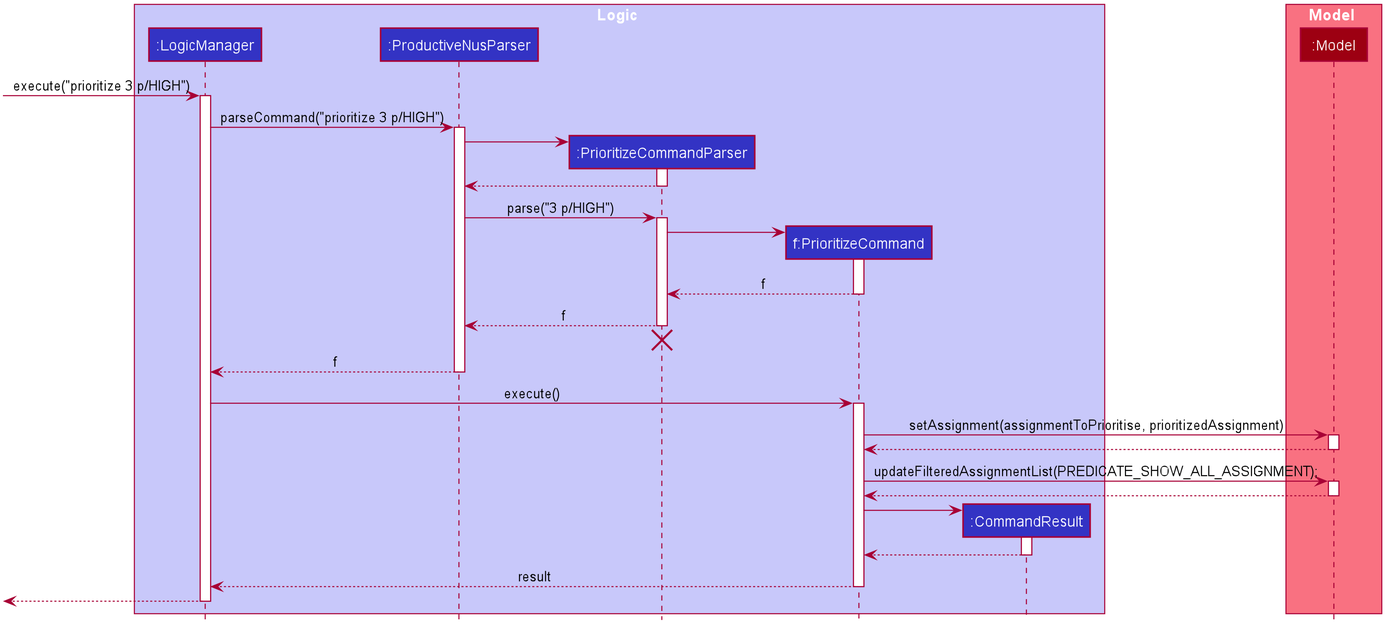
Above: docs/images/PrioritizeSequenceDiagram.png in nus-cs2103-AY2021S1/tp (PlantUML), before the change. The source it was exported from:
```plantuml
@startuml









skinparam BackgroundColor #FFFFFFF

skinparam Shadowing false

skinparam Class {
    FontColor #FFFFFF
    BorderThickness 1
    BorderColor #FFFFFF
    StereotypeFontColor #FFFFFF
    FontName Arial
}

skinparam Actor {
    BorderColor #000000
    Color #000000
    FontName Arial
}

skinparam Sequence {
    MessageAlign center
    BoxFontSize 15
    BoxPadding 0
    BoxFontColor #FFFFFF
    FontName Arial
}

skinparam Participant {
    FontColor #FFFFFFF
    Padding 20
}

skinparam MinClassWidth 50
skinparam ParticipantPadding 10
skinparam Shadowing false
skinparam DefaultTextAlignment center
skinparam packageStyle Rectangle

hide footbox
hide members
hide circle

box Logic #C8C8FA
participant ":LogicManager" as LogicManager #3333C4
participant ":ProductiveNusParser" as ProductiveNusParser #3333C4
participant ":PrioritizeCommandParser" as PrioritizeCommandParser #3333C4
participant "f:PrioritizeCommand" as PrioritizeCommand #3333C4
participant ":CommandResult" as CommandResult #3333C4
end box

box Model #F97181
participant ":Model" as Model #9D0012
end box

[-> LogicManager : execute("prioritize 3 p/HIGH")
activate LogicManager

LogicManager -> ProductiveNusParser : parseCommand("prioritize 3 p/HIGH")
activate ProductiveNusParser

create PrioritizeCommandParser
ProductiveNusParser -> PrioritizeCommandParser
activate PrioritizeCommandParser

PrioritizeCommandParser --> ProductiveNusParser
deactivate PrioritizeCommandParser

ProductiveNusParser -> PrioritizeCommandParser : parse("3 p/HIGH")
activate PrioritizeCommandParser

create PrioritizeCommand
PrioritizeCommandParser -> PrioritizeCommand
activate PrioritizeCommand

PrioritizeCommand --> PrioritizeCommandParser : f
deactivate PrioritizeCommand

PrioritizeCommandParser --> ProductiveNusParser : f
deactivate PrioritizeCommandParser
PrioritizeCommandParser -[hidden]-> ProductiveNusParser
destroy PrioritizeCommandParser

ProductiveNusParser --> LogicManager : f
deactivate ProductiveNusParser

LogicManager -> PrioritizeCommand : execute()
activate PrioritizeCommand

PrioritizeCommand -> Model : setAssignment(assignmentToPrioritise, prioritizedAssignment)
activate Model

Model --> PrioritizeCommand
deactivate Model

PrioritizeCommand -> Model : updateFilteredAssignmentList(PREDICATE_SHOW_ALL_ASSIGNMENT);
activate Model

Model --> PrioritizeCommand
deactivate Model

create CommandResult
PrioritizeCommand -> CommandResult
activate CommandResult

CommandResult --> PrioritizeCommand
deactivate CommandResult

PrioritizeCommand --> LogicManager : result
deactivate PrioritizeCommand

[<--LogicManager
deactivate LogicManager
@enduml
```
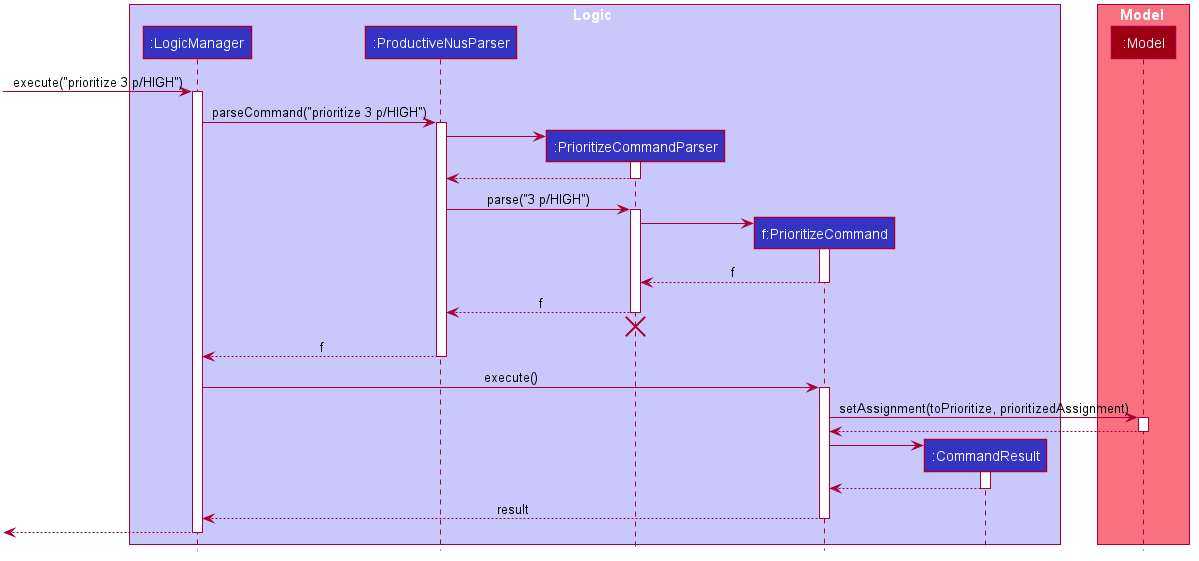
After the commit.

The edit, as a diff of the source:
```diff
@@ -95,13 +95,7 @@
 LogicManager -> PrioritizeCommand : execute()
 activate PrioritizeCommand
 
-PrioritizeCommand -> Model : setAssignment(assignmentToPrioritise, prioritizedAssignment)
-activate Model
-
-Model --> PrioritizeCommand
-deactivate Model
-
-PrioritizeCommand -> Model : updateFilteredAssignmentList(PREDICATE_SHOW_ALL_ASSIGNMENT);
+PrioritizeCommand -> Model : setAssignment(toPrioritize, prioritizedAssignment)
 activate Model
 
 Model --> PrioritizeCommand
```
